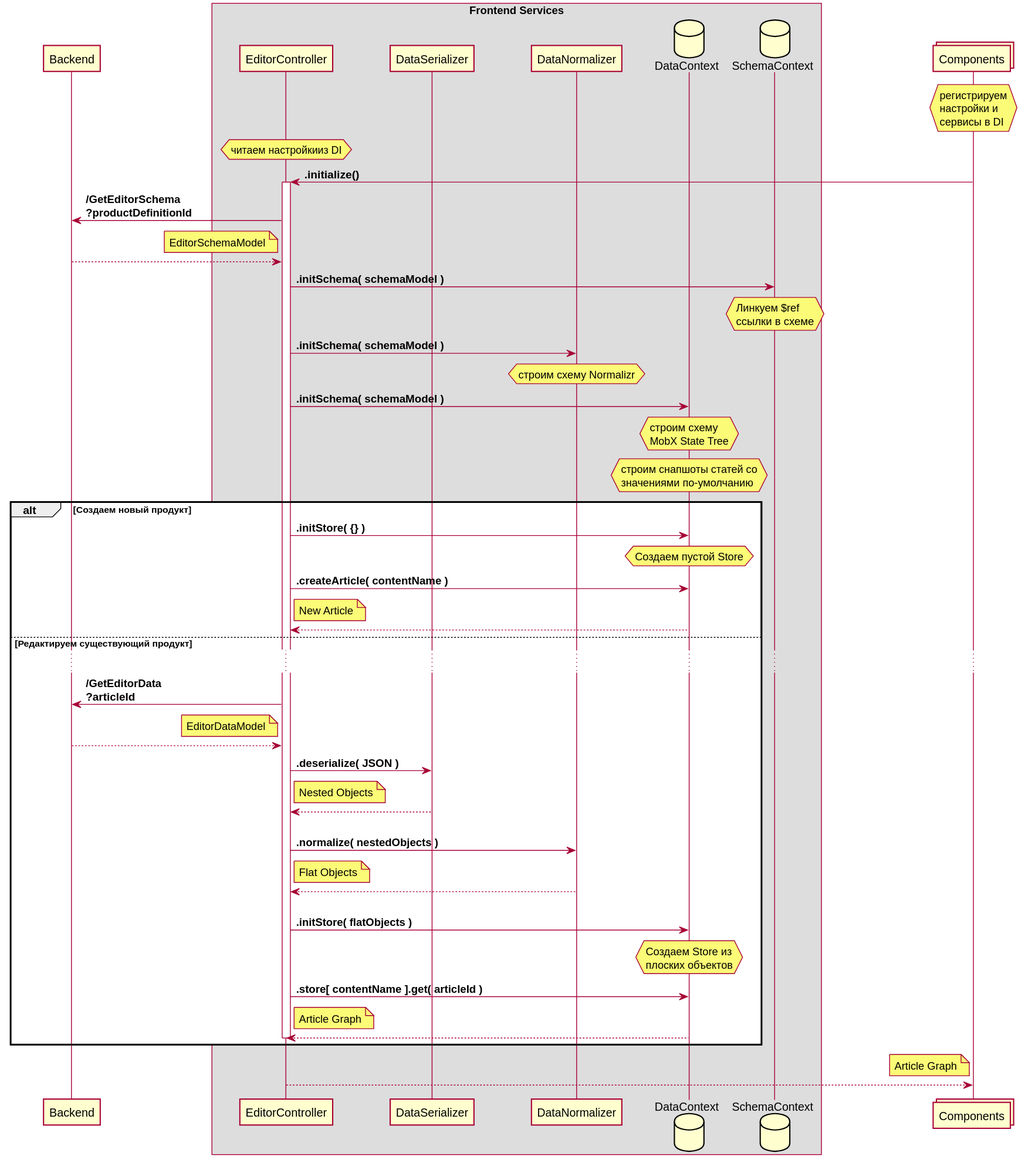
Earlier version of the PlantUML export QA.ProductCatalog.Admin.WebApp/Docs/ProductEditor/EditorInitialization.svg (QuantumArt/QA.DPC).
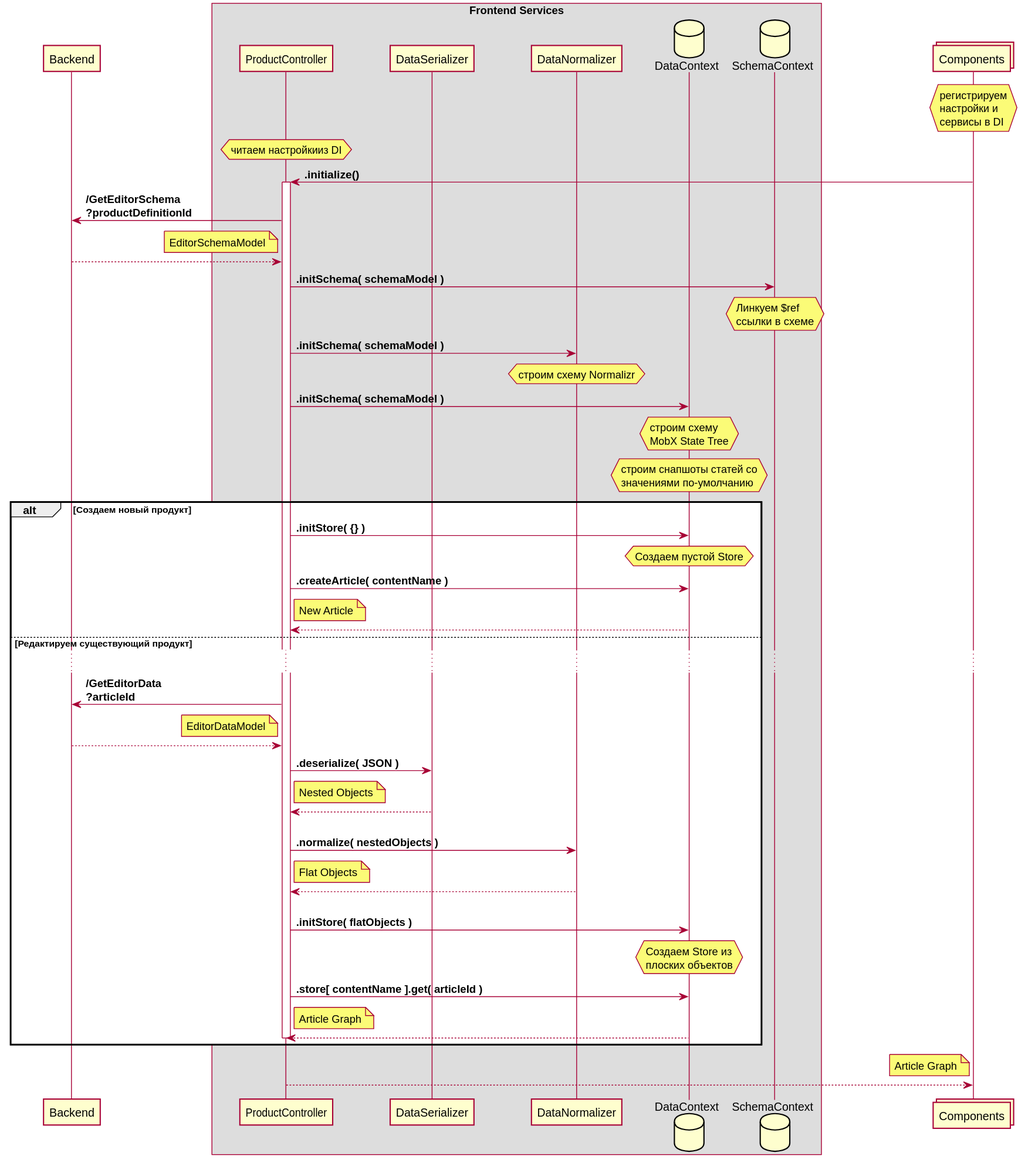
After the change.

What changed in the source:
```diff
@@ -6,7 +6,7 @@
 participant Backend
 
 box "Frontend Services"
-participant EditorController
+participant ProductController
 participant DataSerializer
 participant DataNormalizer
 database DataContext
@@ -21,27 +21,27 @@
   сервисы в DI
 end note
 
-hnote over EditorController
+hnote over ProductController
   читаем настройкииз DI
 end note
 
-Components -> EditorController: <b>.initialize()
-activate EditorController
+Components -> ProductController: <b>.initialize()
+activate ProductController
 
-EditorController -> Backend: <b>/GetEditorSchema\n<b>?productDefinitionId
-note left of EditorController: EditorSchemaModel
-Backend --> EditorController
+ProductController -> Backend: <b>/GetEditorSchema\n<b>?productDefinitionId
+note left of ProductController: EditorSchemaModel
+Backend --> ProductController
 
-EditorController -> SchemaContext: <b>.initSchema( schemaModel )
+ProductController -> SchemaContext: <b>.initSchema( schemaModel )
 hnote over SchemaContext
  Линкуем $ref
  ссылки в схеме
 end note
 
-EditorController -> DataNormalizer: <b>.initSchema( schemaModel )
+ProductController -> DataNormalizer: <b>.initSchema( schemaModel )
 hnote over DataNormalizer: строим схему Normalizr
 
-EditorController -> DataContext: <b>.initSchema( schemaModel )
+ProductController -> DataContext: <b>.initSchema( schemaModel )
 hnote over DataContext
   строим схему
   MobX State Tree
@@ -53,46 +53,46 @@
 
 alt Создаем новый продукт
 
-  EditorController -> DataContext: <b>.initStore( {} )
+  ProductController -> DataContext: <b>.initStore( {} )
   hnote over DataContext: Создаем пустой Store
 
-  EditorController -> DataContext: <b>.createArticle( contentName )
+  ProductController -> DataContext: <b>.createArticle( contentName )
 
-  note right of EditorController: New Article
-  DataContext --> EditorController
+  note right of ProductController: New Article
+  DataContext --> ProductController
 
 else Редактируем существующий продукт
 
   ...
 
-  EditorController -> Backend: <b>/GetEditorData\n<b>?articleId
-  note left of EditorController: EditorDataModel
-  Backend --> EditorController:
+  ProductController -> Backend: <b>/GetEditorData\n<b>?articleId
+  note left of ProductController: EditorDataModel
+  Backend --> ProductController:
 
-  EditorController -> DataSerializer: <b>.deserialize( JSON )
-  note right of EditorController: Nested Objects
-  DataSerializer --> EditorController
+  ProductController -> DataSerializer: <b>.deserialize( JSON )
+  note right of ProductController: Nested Objects
+  DataSerializer --> ProductController
 
-  EditorController -> DataNormalizer: \n<b>.normalize( nestedObjects )
-  note right of EditorController: Flat Objects
-  DataNormalizer --> EditorController
+  ProductController -> DataNormalizer: \n<b>.normalize( nestedObjects )
+  note right of ProductController: Flat Objects
+  DataNormalizer --> ProductController
 
-  EditorController -> DataContext: \n<b>.initStore( flatObjects )
+  ProductController -> DataContext: \n<b>.initStore( flatObjects )
   hnote over DataContext
     Создаем Store из
     плоских объектов
   end note
 
-  EditorController -> DataContext: <b>.store[ contentName ].get( articleId )
-  note right of EditorController: Article Graph
-  DataContext --> EditorController
+  ProductController -> DataContext: <b>.store[ contentName ].get( articleId )
+  note right of ProductController: Article Graph
+  DataContext --> ProductController
 
-deactivate EditorController
+deactivate ProductController
 end
 
 note left of Components: Article Graph
-EditorController --> Components
+ProductController --> Components
 
-deactivate EditorController
+deactivate ProductController
 
 @enduml
```
